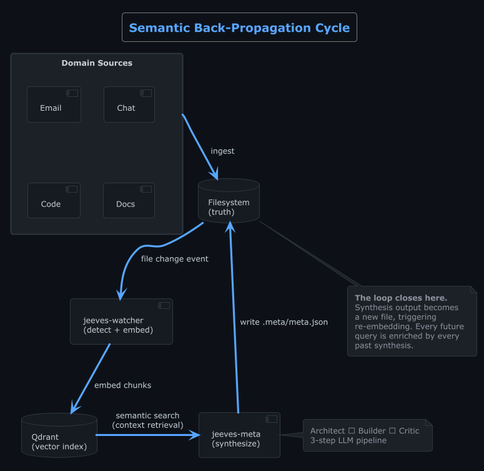
Above: assets/images/semantic-backpropagation-cycle.png in karmaniverous/karmanivero.us (PlantUML), before the change.
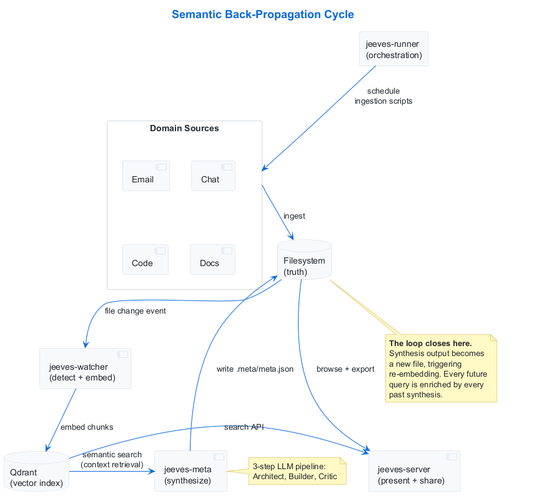
Above is the later version.

Commit message:
fix: diagram readability, five-service intro, enrichment/resonance section

Change to the diagram source:
```diff
@@ -1,52 +1,60 @@
 @startuml
-!theme cyborg
 
-skinparam backgroundColor #0d1117
-skinparam defaultFontColor #c9d1d9
-skinparam ArrowColor #58a6ff
-skinparam ComponentBackgroundColor #161b22
-skinparam ComponentBorderColor #30363d
-skinparam ComponentFontColor #c9d1d9
-skinparam DatabaseBackgroundColor #161b22
-skinparam DatabaseBorderColor #30363d
-skinparam DatabaseFontColor #c9d1d9
-skinparam NoteBackgroundColor #1c2128
-skinparam NoteBorderColor #30363d
-skinparam NoteFontColor #8b949e
-skinparam RectangleBorderColor #30363d
-skinparam RectangleBackgroundColor #0d1117
-skinparam TitleFontColor #58a6ff
+skinparam backgroundColor #FEFEFE
+skinparam defaultFontName Inter
+skinparam defaultFontColor #24292f
+skinparam ArrowColor #0969da
+skinparam ComponentBackgroundColor #f6f8fa
+skinparam ComponentBorderColor #d0d7de
+skinparam ComponentFontColor #24292f
+skinparam DatabaseBackgroundColor #f6f8fa
+skinparam DatabaseBorderColor #d0d7de
+skinparam DatabaseFontColor #24292f
+skinparam NoteBackgroundColor #fff8c5
+skinparam NoteBorderColor #d4a72c
+skinparam NoteFontColor #24292f
+skinparam RectangleBorderColor #d0d7de
+skinparam RectangleBackgroundColor #ffffff
+skinparam TitleFontColor #0969da
 skinparam TitleFontSize 18
 
 title Semantic Back-Propagation Cycle
 
-rectangle "Domain Sources" as sources #1c2128 {
+rectangle "Domain Sources" as sources {
   component "Email" as email
   component "Chat" as chat
   component "Code" as code
   component "Docs" as docs
 }
 
-database "Filesystem\n(truth)" as fs #161b22
+rectangle "jeeves-runner\n(orchestration)" as runner #f6f8fa
 
-component "jeeves-watcher\n(detect + embed)" as watcher #161b22
+database "Filesystem\n(truth)" as fs
 
-database "Qdrant\n(vector index)" as qdrant #161b22
+component "jeeves-watcher\n(detect + embed)" as watcher
 
-component "jeeves-meta\n(synthesize)" as meta #161b22
+database "Qdrant\n(vector index)" as qdrant
+
+component "jeeves-meta\n(synthesize)" as meta
+
+component "jeeves-server\n(present + share)" as server
 
 note right of meta
-  Architect → Builder → Critic
-  3-step LLM pipeline
+  3-step LLM pipeline:
+  Architect, Builder, Critic
 end note
 
+runner -down-> sources : schedule\ningestion scripts
 sources -down-> fs : ingest
 fs -down-> watcher : file change event
 watcher -down-> qdrant : embed chunks
 qdrant -right-> meta : semantic search\n(context retrieval)
 meta -up-> fs : write .meta/meta.json
+runner -[hidden]right-> server
+qdrant -right-> server : search API
+fs -right-> server : browse + export
 
-note bottom of fs #1c2128
+note bottom of fs
   **The loop closes here.**
   Synthesis output becomes
   a new file, triggering
```
